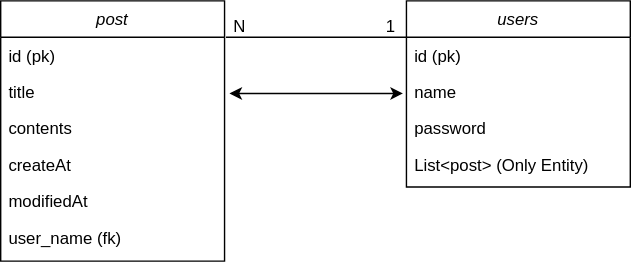
Above: Entity Relationship Diagram.drawio.svg in Chaeyounglim/myBlog (draw.io), before the change. Source tidied: cells renumbered, new cells last; positions are measured from the earlier drawing's top-left corner, leaving out a move shared by most shapes.
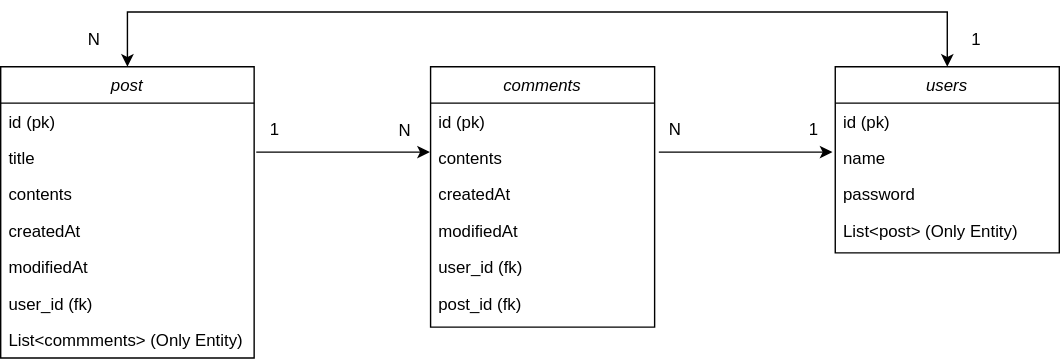
The same file after the commit.

The edit, as a diff of the source:
```diff
@@ -2,12 +2,44 @@
   <root>
     <mxCell id="0" />
     <mxCell id="1" parent="0" />
+    <mxCell id="14" style="edgeStyle=orthogonalEdgeStyle;rounded=0;jettySize=auto;html=1;startArrow=classic;startFill=1;exitX=0.5;exitY=0;exitDx=0;exitDy=0;" parent="1" edge="1" source="7" target="2">
+      <mxGeometry relative="1" as="geometry">
+        <Array as="points">
+          <mxPoint x="-84" y="95" />
+          <mxPoint x="502" y="95" />
+        </Array>
+      </mxGeometry>
+    </mxCell>
+    <mxCell id="15" value="1" style="text;html=1;strokeColor=none;fillColor=none;align=center;verticalAlign=middle;whiteSpace=wrap;rounded=0;" parent="1" vertex="1">
+      <mxGeometry x="493" y="100" width="60" height="30" as="geometry" />
+    </mxCell>
+    <mxCell id="18" value="comments" style="swimlane;fontStyle=2;align=center;verticalAlign=top;horizontal=1;startSize=26;rounded=0;shadow=0;strokeWidth=1;" parent="1" vertex="1">
+      <mxGeometry x="133" y="134" width="160" height="186" as="geometry" />
+    </mxCell>
+    <mxCell id="19" value="id (pk)" style="text;align=left;verticalAlign=top;spacingLeft=4;spacingRight=4;overflow=hidden;" parent="18" vertex="1">
+      <mxGeometry y="26" width="160" height="26" as="geometry" />
+    </mxCell>
+    <mxCell id="20" value="contents" style="text;align=left;verticalAlign=top;spacingLeft=4;spacingRight=4;overflow=hidden;rounded=0;shadow=0;html=0;" parent="18" vertex="1">
+      <mxGeometry y="52" width="160" height="26" as="geometry" />
+    </mxCell>
+    <mxCell id="21" value="createdAt" style="text;align=left;verticalAlign=top;spacingLeft=4;spacingRight=4;overflow=hidden;rounded=0;shadow=0;html=0;" parent="18" vertex="1">
+      <mxGeometry y="78" width="160" height="26" as="geometry" />
+    </mxCell>
+    <mxCell id="22" value="modifiedAt " style="text;align=left;verticalAlign=top;spacingLeft=4;spacingRight=4;overflow=hidden;rounded=0;shadow=0;html=0;" parent="18" vertex="1">
+      <mxGeometry y="104" width="160" height="26" as="geometry" />
+    </mxCell>
+    <mxCell id="23" value="user_id (fk)" style="text;align=left;verticalAlign=top;spacingLeft=4;spacingRight=4;overflow=hidden;rounded=0;shadow=0;html=0;" parent="18" vertex="1">
+      <mxGeometry y="130" width="160" height="26" as="geometry" />
+    </mxCell>
+    <mxCell id="24" value="post_id (fk)" style="text;align=left;verticalAlign=top;spacingLeft=4;spacingRight=4;overflow=hidden;rounded=0;shadow=0;html=0;" parent="18" vertex="1">
+      <mxGeometry y="156" width="160" height="26" as="geometry" />
+    </mxCell>
     <mxCell id="2" value="users" style="swimlane;fontStyle=2;align=center;verticalAlign=top;horizontal=1;startSize=26;rounded=0;shadow=0;strokeWidth=1;" parent="1" vertex="1">
-      <mxGeometry x="290" width="160" height="133" as="geometry" />
+      <mxGeometry x="422" y="134" width="160" height="133" as="geometry" />
     </mxCell>
-    <mxCell id="3" value="id (pk)" style="text;align=left;verticalAlign=top;spacingLeft=4;spacingRight=4;overflow=hidden;" parent="2" vertex="1">
-      <mxGeometry y="26" width="160" height="26" as="geometry" />
-    </mxCell>
+    <mxCell id="25" value="id (pk)" style="text;align=left;verticalAlign=top;spacingLeft=4;spacingRight=4;overflow=hidden;" parent="2" vertex="1">
+      <mxGeometry y="26" width="160" height="26" as="geometry" />
+    </mxCell>
     <mxCell id="4" value="name" style="text;align=left;verticalAlign=top;spacingLeft=4;spacingRight=4;overflow=hidden;rounded=0;shadow=0;html=0;" parent="2" vertex="1">
       <mxGeometry y="52" width="160" height="26" as="geometry" />
     </mxCell>
@@ -18,40 +50,55 @@
       <mxGeometry y="104" width="160" height="26" as="geometry" />
     </mxCell>
     <mxCell id="7" value="post" style="swimlane;fontStyle=2;align=center;verticalAlign=top;horizontal=1;startSize=26;rounded=0;shadow=0;strokeWidth=1;" parent="1" vertex="1">
-      <mxGeometry width="160" height="186" as="geometry" />
+      <mxGeometry x="-174" y="134" width="181" height="208" as="geometry" />
     </mxCell>
-    <mxCell id="8" value="id (pk)" style="text;align=left;verticalAlign=top;spacingLeft=4;spacingRight=4;overflow=hidden;" parent="7" vertex="1">
-      <mxGeometry y="26" width="160" height="26" as="geometry" />
-    </mxCell>
+    <mxCell id="26" value="id (pk)" style="text;align=left;verticalAlign=top;spacingLeft=4;spacingRight=4;overflow=hidden;" parent="7" vertex="1">
+      <mxGeometry y="26" width="181" height="26" as="geometry" />
+    </mxCell>
     <mxCell id="9" value="title" style="text;align=left;verticalAlign=top;spacingLeft=4;spacingRight=4;overflow=hidden;rounded=0;shadow=0;html=0;" parent="7" vertex="1">
-      <mxGeometry y="52" width="160" height="26" as="geometry" />
+      <mxGeometry y="52" width="181" height="26" as="geometry" />
     </mxCell>
-    <mxCell id="10" value="contents" style="text;align=left;verticalAlign=top;spacingLeft=4;spacingRight=4;overflow=hidden;rounded=0;shadow=0;html=0;" parent="7" vertex="1">
-      <mxGeometry y="78" width="160" height="26" as="geometry" />
-    </mxCell>
-    <mxCell id="11" value="createAt" style="text;align=left;verticalAlign=top;spacingLeft=4;spacingRight=4;overflow=hidden;rounded=0;shadow=0;html=0;" parent="7" vertex="1">
-      <mxGeometry y="104" width="160" height="26" as="geometry" />
-    </mxCell>
-    <mxCell id="12" value="modifiedAt " style="text;align=left;verticalAlign=top;spacingLeft=4;spacingRight=4;overflow=hidden;rounded=0;shadow=0;html=0;" parent="7" vertex="1">
-      <mxGeometry y="130" width="160" height="26" as="geometry" />
-    </mxCell>
-    <mxCell id="13" value="user_name (fk)" style="text;align=left;verticalAlign=top;spacingLeft=4;spacingRight=4;overflow=hidden;rounded=0;shadow=0;html=0;" parent="7" vertex="1">
-      <mxGeometry y="156" width="160" height="26" as="geometry" />
-    </mxCell>
-    <mxCell id="14" style="edgeStyle=orthogonalEdgeStyle;rounded=0;orthogonalLoop=1;jettySize=auto;html=1;startArrow=classic;startFill=1;" parent="1" edge="1">
-      <mxGeometry relative="1" as="geometry">
-        <mxPoint x="163.5" y="66.2" as="sourcePoint" />
-        <mxPoint x="287.5" y="66.2" as="targetPoint" />
-      </mxGeometry>
-    </mxCell>
-    <mxCell id="15" value="1" style="text;html=1;strokeColor=none;fillColor=none;align=center;verticalAlign=middle;whiteSpace=wrap;rounded=0;" parent="1" vertex="1">
-      <mxGeometry x="249" y="4" width="60" height="30" as="geometry" />
-    </mxCell>
-    <mxCell id="16" value="N" style="text;html=1;strokeColor=none;fillColor=none;align=center;verticalAlign=middle;whiteSpace=wrap;rounded=0;" parent="1" vertex="1">
-      <mxGeometry x="141" y="4" width="60" height="30" as="geometry" />
-    </mxCell>
-    <mxCell id="17" style="line;strokeWidth=1;fillColor=none;align=left;verticalAlign=middle;spacingTop=-1;spacingLeft=3;spacingRight=3;labelPosition=right;strokeColor=inherit;" parent="1" vertex="1">
-      <mxGeometry x="161" y="22" width="129" height="8" as="geometry" />
-    </mxCell>
+    <mxCell id="27" value="contents" style="text;align=left;verticalAlign=top;spacingLeft=4;spacingRight=4;overflow=hidden;rounded=0;shadow=0;html=0;" parent="7" vertex="1">
+      <mxGeometry y="78" width="181" height="26" as="geometry" />
+    </mxCell>
+    <mxCell id="28" value="createdAt" style="text;align=left;verticalAlign=top;spacingLeft=4;spacingRight=4;overflow=hidden;rounded=0;shadow=0;html=0;" parent="7" vertex="1">
+      <mxGeometry y="104" width="181" height="26" as="geometry" />
+    </mxCell>
+    <mxCell id="29" value="modifiedAt " style="text;align=left;verticalAlign=top;spacingLeft=4;spacingRight=4;overflow=hidden;rounded=0;shadow=0;html=0;" parent="7" vertex="1">
+      <mxGeometry y="130" width="181" height="26" as="geometry" />
+    </mxCell>
+    <mxCell id="30" value="user_id (fk)" style="text;align=left;verticalAlign=top;spacingLeft=4;spacingRight=4;overflow=hidden;rounded=0;shadow=0;html=0;" parent="7" vertex="1">
+      <mxGeometry y="156" width="181" height="26" as="geometry" />
+    </mxCell>
+    <mxCell id="31" value="List&lt;commments&gt; (Only Entity)" style="text;align=left;verticalAlign=top;spacingLeft=4;spacingRight=4;overflow=hidden;rounded=0;shadow=0;html=0;" parent="7" vertex="1">
+      <mxGeometry y="182" width="181" height="26" as="geometry" />
+    </mxCell>
+    <mxCell id="32" value="N" style="text;html=1;strokeColor=none;fillColor=none;align=center;verticalAlign=middle;whiteSpace=wrap;rounded=0;" parent="1" vertex="1">
+      <mxGeometry x="-137" y="100" width="60" height="30" as="geometry" />
+    </mxCell>
+    <mxCell id="33" value="1" style="text;html=1;strokeColor=none;fillColor=none;align=center;verticalAlign=middle;whiteSpace=wrap;rounded=0;" parent="1" vertex="1">
+      <mxGeometry x="-8" y="164" width="60" height="30" as="geometry" />
+    </mxCell>
+    <mxCell id="34" value="1" style="text;html=1;strokeColor=none;fillColor=none;align=center;verticalAlign=middle;whiteSpace=wrap;rounded=0;" parent="1" vertex="1">
+      <mxGeometry x="377" y="164" width="60" height="30" as="geometry" />
+    </mxCell>
+    <mxCell id="35" value="N" style="text;html=1;strokeColor=none;fillColor=none;align=center;verticalAlign=middle;whiteSpace=wrap;rounded=0;" parent="1" vertex="1">
+      <mxGeometry x="278" y="164" width="60" height="30" as="geometry" />
+    </mxCell>
+    <mxCell id="36" style="edgeStyle=orthogonalEdgeStyle;rounded=0;orthogonalLoop=1;jettySize=auto;html=1;startArrow=none;startFill=0;" parent="1" edge="1">
+      <mxGeometry relative="1" as="geometry">
+        <mxPoint x="8.5" y="195" as="sourcePoint" />
+        <mxPoint x="132.5" y="195" as="targetPoint" />
+      </mxGeometry>
+    </mxCell>
+    <mxCell id="37" style="edgeStyle=orthogonalEdgeStyle;rounded=0;orthogonalLoop=1;jettySize=auto;html=1;startArrow=none;startFill=0;" parent="1" edge="1">
+      <mxGeometry relative="1" as="geometry">
+        <mxPoint x="296" y="195" as="sourcePoint" />
+        <mxPoint x="420" y="195" as="targetPoint" />
+      </mxGeometry>
+    </mxCell>
+    <mxCell id="38" value="N" style="text;html=1;strokeColor=none;fillColor=none;align=center;verticalAlign=middle;whiteSpace=wrap;rounded=0;" parent="1" vertex="1">
+      <mxGeometry x="85" y="165" width="60" height="30" as="geometry" />
+    </mxCell>
   </root>
 </mxGraphModel>
```
